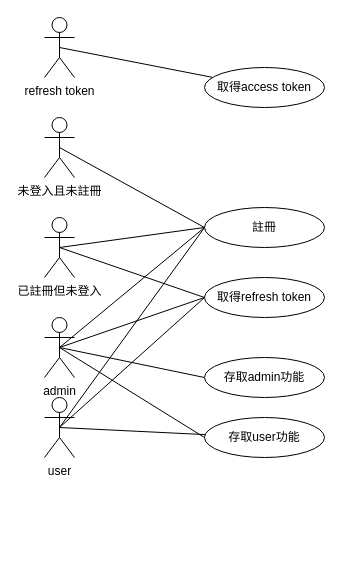
The draw.io diagram page "use case" (1 of 2) of lazycat-shop.drawio in tim12367/lazycat-shop, before the edit. Source tidied: cells renumbered, new cells numbered last; positions are measured from the earlier drawing's top-left corner, leaving out a move shared by most shapes. Both pictures are drawn from the tidied source at 100%, with x=0, y=0 at pixel (44, 17).
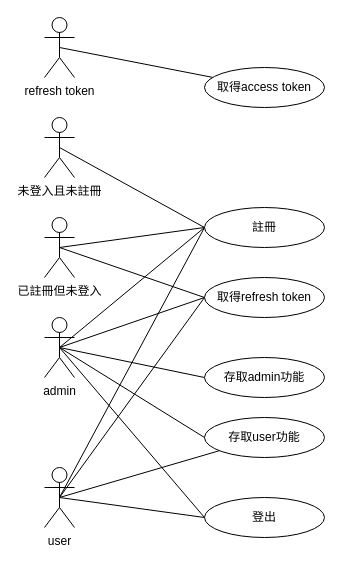
The same page after the edit.

Unchanged cells that the change refers to:
```xml
<mxCell id="14" value="admin" style="shape=umlActor;verticalLabelPosition=bottom;verticalAlign=top;html=1;outlineConnect=0;" parent="1" vertex="1">
  <mxGeometry y="300" width="30" height="60" as="geometry" />
</mxCell>
```

The edit, as a diff of the source:
```diff
@@
+    <mxCell id="23" style="rounded=0;jettySize=auto;html=1;exitX=0.5;exitY=0.5;exitDx=0;exitDy=0;exitPerimeter=0;entryX=0;entryY=0.5;entryDx=0;entryDy=0;endArrow=none;endFill=0;" parent="1" edge="1" source="9" target="25">
+      <mxGeometry relative="1" as="geometry" />
+    </mxCell>
     <mxCell id="9" value="user" style="shape=umlActor;verticalLabelPosition=bottom;verticalAlign=top;html=1;outlineConnect=0;" parent="1" vertex="1">
-      <mxGeometry y="380" width="30" height="60" as="geometry" />
+      <mxGeometry y="450" width="30" height="60" as="geometry" />
     </mxCell>
@@
+    <mxCell id="24" style="edgeStyle=none;rounded=0;jettySize=auto;html=1;exitX=0.5;exitY=0.5;exitDx=0;exitDy=0;exitPerimeter=0;entryX=0;entryY=0.5;entryDx=0;entryDy=0;endArrow=none;endFill=0;" parent="1" edge="1" source="14" target="25">
+      <mxGeometry relative="1" as="geometry" />
+    </mxCell>
@@
+    <mxCell id="25" value="登出" style="ellipse;whiteSpace=wrap;html=1;" parent="1" vertex="1">
+      <mxGeometry x="160" y="480" width="120" height="40" as="geometry" />
+    </mxCell>
```
